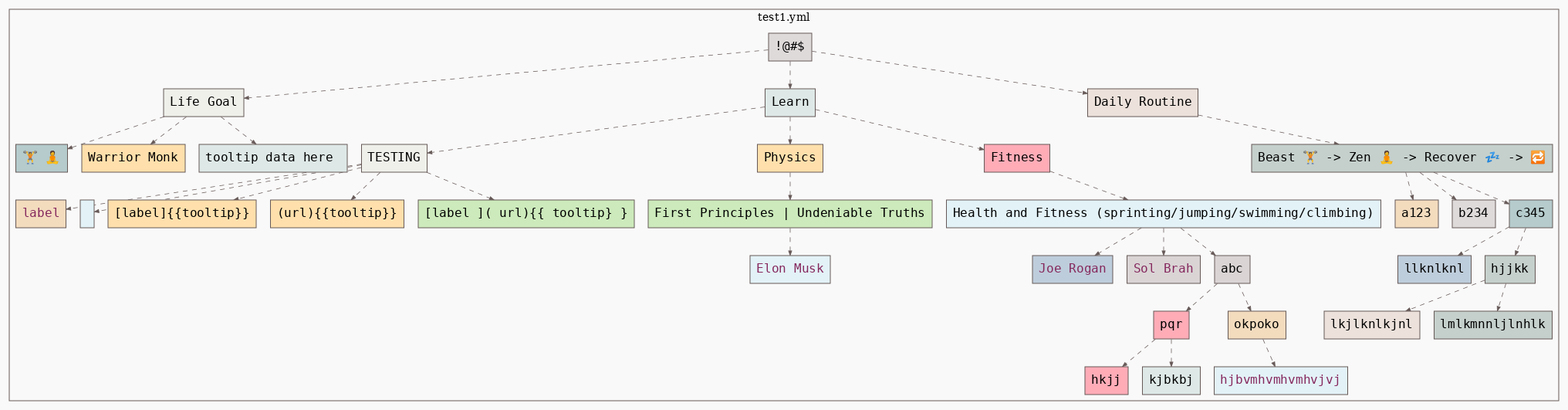
The Graphviz diagram test1.png in 7h3rAm/yml2dot, before a commit. Its source is kept beside it as test1.dot.
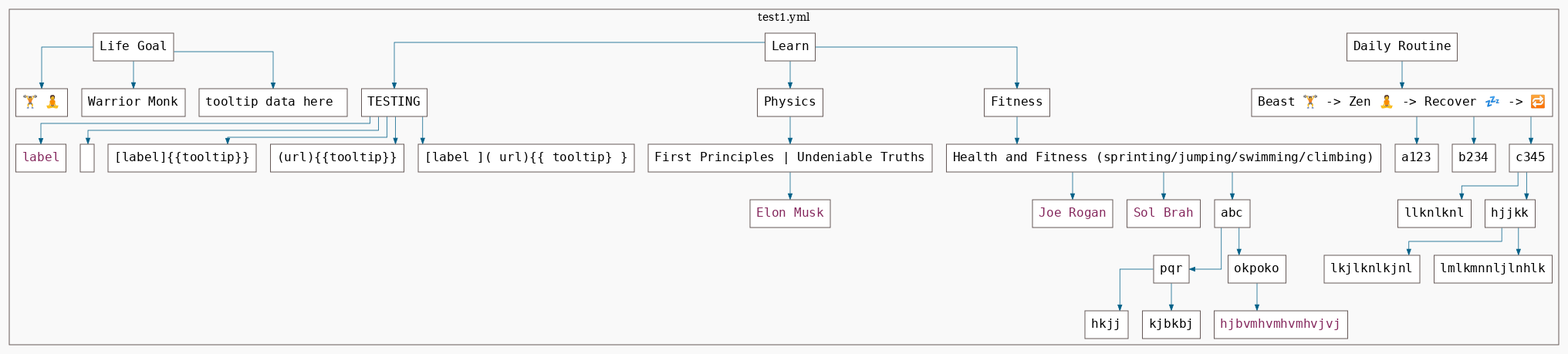
Later version of the same file.

What changed in the source:
```diff
@@ -1,80 +1,76 @@
 digraph G {
   #rankdir=LR;
-  nodesdictep=1.0; splines="line"; K=0.6; overlap=scale; fixedsize=true; resolution=72; bgcolor="#f9f9f9"; outputorder="edgesfirst";
+  nodesdictep=1.0; splines="ortho"; K=0.6; overlap=scale; fixedsize=true; resolution=72; bgcolor="#f9f9f9"; outputorder="edgesfirst";
   node [fontname="courier" fontsize=16 shape=box width=0.25 fillcolor="white" style="filled,solid"];
-  edge [style=dashed color="#665957" penwidth=0.75 arrowsize=0.6];
+  edge [style=solid color="#005f87" penwidth=0.75 arrowsize=0.75];
 
-  0[label="!@#$" color="#665957" fillcolor="#dfdada" tooltip="!@#$"];
-  10[label="Life Goal" color="#665957" fillcolor="#eff0ea" tooltip="Life Goal"];
-  11[label="🏋 🧘" color="#665957" fillcolor="#b5cbcc" tooltip="🏋 🧘"];
-  12[label="Warrior Monk" color="#665957" fillcolor="#ffe0ac" tooltip="Warrior Monk"];
-  13[label="tooltip data here " color="#665957" fillcolor="#dee9e7" tooltip="tooltip data here "];
-  14[label="Learn" color="#665957" fillcolor="#dee9e7" tooltip="Learn"];
-  15[label="TESTING" color="#665957" fillcolor="#eff0ea" tooltip="TESTING"];
-  16[label="label" href="url" fontcolor="#85285d" color="#665957" fillcolor="#f3dbbe" tooltip="tooltip"];
-  17[label="" href="url" fontcolor="#85285d" color="#665957" fillcolor="#e3f2f7" tooltip="tooltip"];
-  18[label="[label]{{tooltip}}" color="#665957" fillcolor="#ffe0ac" tooltip="[label]{{tooltip}}"];
-  19[label="(url){{tooltip}}" color="#665957" fillcolor="#ffe0ac" tooltip="(url){{tooltip}}"];
-  1[label="Daily Routine" color="#665957" fillcolor="#ece1db" tooltip="Daily Routine"];
-  20[label="[label ]( url){{ tooltip} }" color="#665957" fillcolor="#cceabb" tooltip="[label ]( url){{ tooltip} }"];
-  21[label="Physics" color="#665957" fillcolor="#ffe0ac" tooltip="Physics"];
-  22[label="First Principles | Undeniable Truths" color="#665957" fillcolor="#cceabb" tooltip="First Principles | Undeniable Truths"];
-  23[label="Elon Musk" href="https://twitter.com/elonmusk" fontcolor="#85285d" color="#665957" fillcolor="#e3f2f7" tooltip="Elon Musk"];
-  24[label="Fitness" color="#665957" fillcolor="#ffacb7" tooltip="Fitness"];
-  25[label="Health and Fitness (sprinting/jumping/swimming/climbing)" color="#665957" fillcolor="#e3f2f7" tooltip="Health and Fitness (sprinting/jumping/swimming/climbing)"];
-  26[label="Joe Rogan" href="https://twitter.com/joerogan" fontcolor="#85285d" color="#665957" fillcolor="#becddb" tooltip="Joe Rogan"];
-  27[label="Sol Brah" href="https://twitter.com/solbrah" fontcolor="#85285d" color="#665957" fillcolor="#dad4d5" tooltip="Sol Brah"];
-  28[label="abc" color="#665957" fillcolor="#dad4d5" tooltip="abc"];
-  29[label="pqr" color="#665957" fillcolor="#ffacb7" tooltip="pqr"];
-  2[label="Beast 🏋 -> Zen 🧘 -> Recover 💤 -> 🔁" color="#665957" fillcolor="#c5d0cc" tooltip="Beast 🏋 -> Zen 🧘 -> Recover 💤 -> 🔁"];
-  30[label="hkjj" color="#665957" fillcolor="#ffacb7" tooltip="hkjj"];
-  31[label="kjbkbj" color="#665957" fillcolor="#dee9e7" tooltip="kjbkbj"];
-  32[label="okpoko" color="#665957" fillcolor="#f3dbbe" tooltip="okpoko"];
-  33[label="hjbvmhvmhvmhvjvj" href="nkjn;n;knklnlj" fontcolor="#85285d" color="#665957" fillcolor="#e3f2f7" tooltip="hjbvmhvmhvmhvjvj"];
-  3[label="a123" color="#665957" fillcolor="#f3dbbe" tooltip="a123"];
-  4[label="b234" color="#665957" fillcolor="#dfdada" tooltip="b234"];
-  5[label="c345" color="#665957" fillcolor="#b5cbcc" tooltip="c345"];
-  6[label="llknlknl" color="#665957" fillcolor="#becddb" tooltip="llknlknl"];
-  7[label="hjjkk" color="#665957" fillcolor="#c5d0cc" tooltip="hjjkk"];
-  8[label="lkjlknlkjnl" color="#665957" fillcolor="#ece1db" tooltip="lkjlknlkjnl"];
-  9[label="lmlkmnnljlnhlk" color="#665957" fillcolor="#c5d0cc" tooltip="lmlkmnnljlnhlk"];
+  0[label="Daily Routine" color="#665957" fillcolor="#FFFFFF" tooltip="Daily Routine"];
+  10[label="🏋 🧘" color="#665957" fillcolor="#FFFFFF" tooltip="🏋 🧘"];
+  11[label="Warrior Monk" color="#665957" fillcolor="#FFFFFF" tooltip="Warrior Monk"];
+  12[label="tooltip data here " color="#665957" fillcolor="#FFFFFF" tooltip="tooltip data here "];
+  13[label="Learn" color="#665957" fillcolor="#FFFFFF" tooltip="Learn"];
+  14[label="TESTING" color="#665957" fillcolor="#FFFFFF" tooltip="TESTING"];
+  15[label="label" href="url" fontcolor="#85285d" color="#665957" fillcolor="#FFFFFF" tooltip="tooltip"];
+  16[label="" href="url" fontcolor="#85285d" color="#665957" fillcolor="#FFFFFF" tooltip="tooltip"];
+  17[label="[label]{{tooltip}}" color="#665957" fillcolor="#FFFFFF" tooltip="[label]{{tooltip}}"];
+  18[label="(url){{tooltip}}" color="#665957" fillcolor="#FFFFFF" tooltip="(url){{tooltip}}"];
+  19[label="[label ]( url){{ tooltip} }" color="#665957" fillcolor="#FFFFFF" tooltip="[label ]( url){{ tooltip} }"];
+  1[label="Beast 🏋 -> Zen 🧘 -> Recover 💤 -> 🔁" color="#665957" fillcolor="#FFFFFF" tooltip="Beast 🏋 -> Zen 🧘 -> Recover 💤 -> 🔁"];
+  20[label="Physics" color="#665957" fillcolor="#FFFFFF" tooltip="Physics"];
+  21[label="First Principles | Undeniable Truths" color="#665957" fillcolor="#FFFFFF" tooltip="First Principles | Undeniable Truths"];
+  22[label="Elon Musk" href="https://twitter.com/elonmusk" fontcolor="#85285d" color="#665957" fillcolor="#FFFFFF" tooltip="Elon Musk"];
+  23[label="Fitness" color="#665957" fillcolor="#FFFFFF" tooltip="Fitness"];
+  24[label="Health and Fitness (sprinting/jumping/swimming/climbing)" color="#665957" fillcolor="#FFFFFF" tooltip="Health and Fitness (sprinting/jumping/swimming/climbing)"];
+  25[label="Joe Rogan" href="https://twitter.com/joerogan" fontcolor="#85285d" color="#665957" fillcolor="#FFFFFF" tooltip="Joe Rogan"];
+  26[label="Sol Brah" href="https://twitter.com/solbrah" fontcolor="#85285d" color="#665957" fillcolor="#FFFFFF" tooltip="Sol Brah"];
+  27[label="abc" color="#665957" fillcolor="#FFFFFF" tooltip="abc"];
+  28[label="pqr" color="#665957" fillcolor="#FFFFFF" tooltip="pqr"];
+  29[label="hkjj" color="#665957" fillcolor="#FFFFFF" tooltip="hkjj"];
+  2[label="a123" color="#665957" fillcolor="#FFFFFF" tooltip="a123"];
+  30[label="kjbkbj" color="#665957" fillcolor="#FFFFFF" tooltip="kjbkbj"];
+  31[label="okpoko" color="#665957" fillcolor="#FFFFFF" tooltip="okpoko"];
+  32[label="hjbvmhvmhvmhvjvj" href="nkjn;n;knklnlj" fontcolor="#85285d" color="#665957" fillcolor="#FFFFFF" tooltip="hjbvmhvmhvmhvjvj"];
+  3[label="b234" color="#665957" fillcolor="#FFFFFF" tooltip="b234"];
+  4[label="c345" color="#665957" fillcolor="#FFFFFF" tooltip="c345"];
+  5[label="llknlknl" color="#665957" fillcolor="#FFFFFF" tooltip="llknlknl"];
+  6[label="hjjkk" color="#665957" fillcolor="#FFFFFF" tooltip="hjjkk"];
+  7[label="lkjlknlkjnl" color="#665957" fillcolor="#FFFFFF" tooltip="lkjlknlkjnl"];
+  8[label="lmlkmnnljlnhlk" color="#665957" fillcolor="#FFFFFF" tooltip="lmlkmnnljlnhlk"];
+  9[label="Life Goal" color="#665957" fillcolor="#FFFFFF" tooltip="Life Goal"];
 
   subgraph cluster_0 {
     node [style="filled,solid"];
     label = "test1.yml";
     color = "#665957";
-    0 -> 1 [color="#665957"];
-    0 -> 10 [color="#665957"];
-    0 -> 14 [color="#665957"];
-    1 -> 2 [color="#665957"];
-    10 -> 11 [color="#665957"];
-    10 -> 12 [color="#665957"];
-    10 -> 13 [color="#665957"];
-    14 -> 15 [color="#665957"];
-    14 -> 21 [color="#665957"];
-    14 -> 24 [color="#665957"];
-    15 -> 16 [color="#665957"];
-    15 -> 17 [color="#665957"];
-    15 -> 18 [color="#665957"];
-    15 -> 19 [color="#665957"];
-    15 -> 20 [color="#665957"];
-    2 -> 3 [color="#665957"];
-    2 -> 4 [color="#665957"];
-    2 -> 5 [color="#665957"];
-    21 -> 22 [color="#665957"];
-    22 -> 23 [color="#665957"];
-    24 -> 25 [color="#665957"];
-    25 -> 26 [color="#665957"];
-    25 -> 27 [color="#665957"];
-    25 -> 28 [color="#665957"];
-    28 -> 29 [color="#665957"];
-    28 -> 32 [color="#665957"];
-    29 -> 30 [color="#665957"];
-    29 -> 31 [color="#665957"];
-    32 -> 33 [color="#665957"];
-    5 -> 6 [color="#665957"];
-    5 -> 7 [color="#665957"];
-    7 -> 8 [color="#665957"];
-    7 -> 9 [color="#665957"];
+    0 -> 1 [color="#005f87"];
+    1 -> 2 [color="#005f87"];
+    1 -> 3 [color="#005f87"];
+    1 -> 4 [color="#005f87"];
+    13 -> 14 [color="#005f87"];
+    13 -> 20 [color="#005f87"];
+    13 -> 23 [color="#005f87"];
+    14 -> 15 [color="#005f87"];
+    14 -> 16 [color="#005f87"];
+    14 -> 17 [color="#005f87"];
+    14 -> 18 [color="#005f87"];
+    14 -> 19 [color="#005f87"];
+    20 -> 21 [color="#005f87"];
+    21 -> 22 [color="#005f87"];
+    23 -> 24 [color="#005f87"];
+    24 -> 25 [color="#005f87"];
+    24 -> 26 [color="#005f87"];
+    24 -> 27 [color="#005f87"];
+    27 -> 28 [color="#005f87"];
+    27 -> 31 [color="#005f87"];
+    28 -> 29 [color="#005f87"];
+    28 -> 30 [color="#005f87"];
+    31 -> 32 [color="#005f87"];
+    4 -> 5 [color="#005f87"];
+    4 -> 6 [color="#005f87"];
+    6 -> 7 [color="#005f87"];
+    6 -> 8 [color="#005f87"];
+    9 -> 10 [color="#005f87"];
+    9 -> 11 [color="#005f87"];
+    9 -> 12 [color="#005f87"];
   }
 }
```
